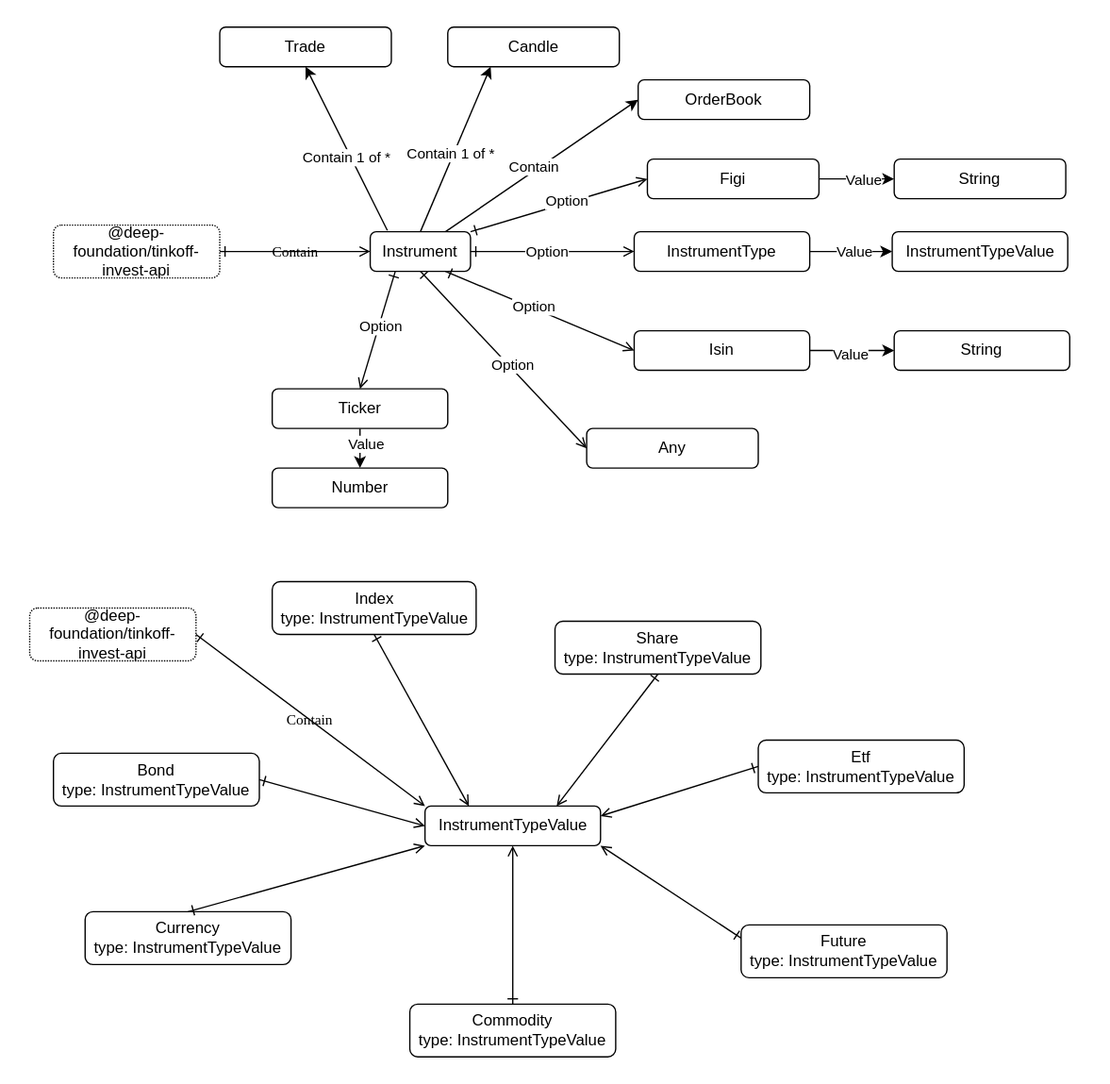
Earlier version of the draw.io export src/instrument/Instrument.drawio.svg (suenot/deep-tinkoff-invest-api). Source tidied: cells renumbered, new cells last; positions are measured from the earlier drawing's top-left corner, leaving out a move shared by most shapes.
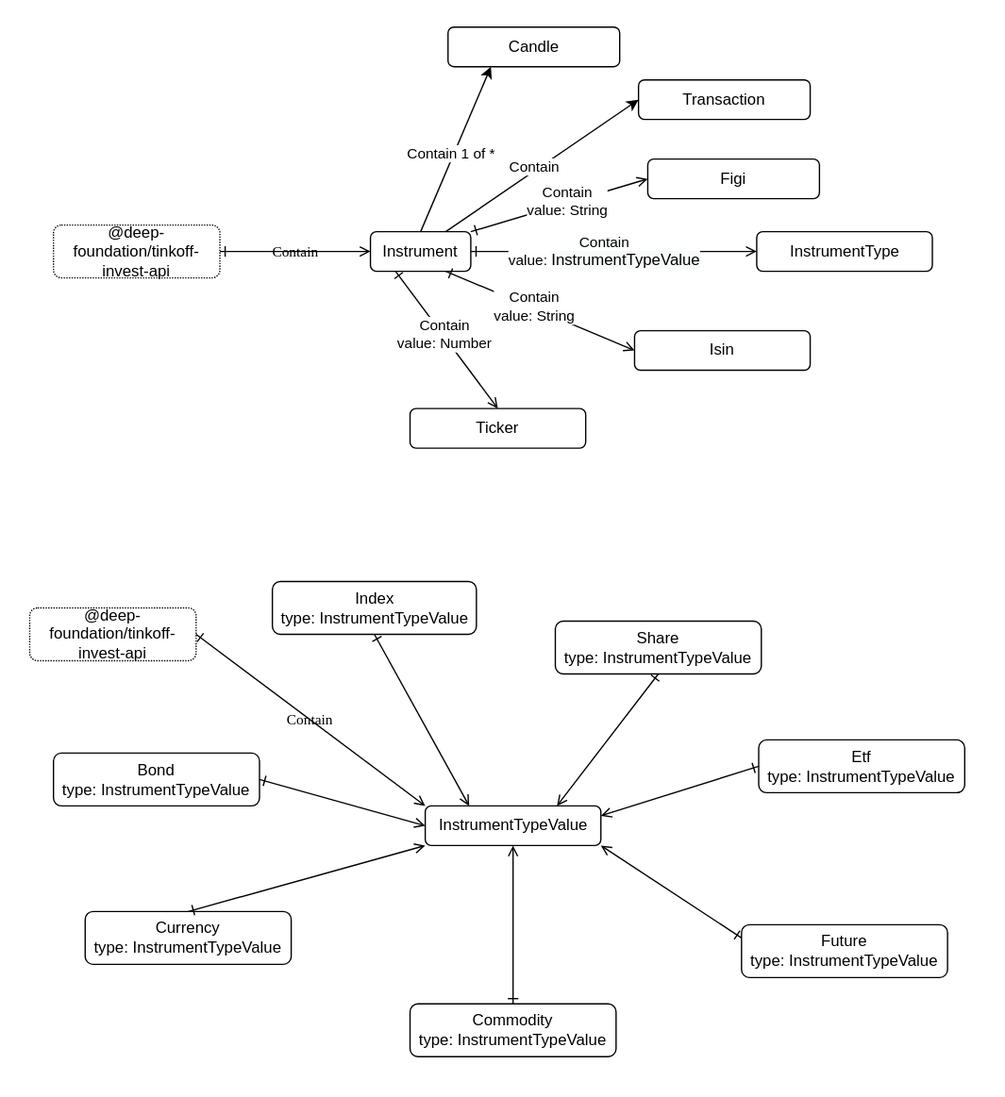
After the change.

The edit, as a diff of the source:
```diff
@@ -3,12 +3,12 @@
     <mxCell id="0" />
     <mxCell id="1" parent="0" />
     <mxCell id="2" style="rounded=0;whiteSpace=wrap;html=1;strokeColor=none;" parent="1" vertex="1">
-      <mxGeometry width="840" height="820" as="geometry" />
+      <mxGeometry width="760" height="830" as="geometry" />
     </mxCell>
     <mxCell id="3" style="edgeStyle=none;html=1;exitX=1;exitY=0;exitDx=0;exitDy=0;entryX=0;entryY=0.5;entryDx=0;entryDy=0;startArrow=ERone;startFill=0;endArrow=open;endFill=0;" parent="1" edge="1" source="7" target="10">
       <mxGeometry relative="1" as="geometry" />
     </mxCell>
-    <mxCell id="4" value="Option" style="edgeLabel;html=1;align=center;verticalAlign=middle;" parent="3" vertex="1">
+    <mxCell id="4" value="Contain&lt;br&gt;value: String" style="edgeLabel;html=1;align=center;verticalAlign=middle;" parent="3" vertex="1">
       <mxGeometry x="0.08" y="2" relative="1" as="geometry" />
     </mxCell>
     <mxCell id="5" style="edgeStyle=none;html=1;exitX=0.75;exitY=0;exitDx=0;exitDy=0;entryX=0;entryY=0.5;entryDx=0;entryDy=0;" parent="1" edge="1" source="7" target="48">
@@ -22,12 +22,6 @@
     <mxCell id="7" value="Instrument" style="rounded=1;whiteSpace=wrap;html=1;labelBackgroundColor=none;" parent="1" vertex="1">
       <mxGeometry x="280" y="175" width="76" height="30" as="geometry" />
     </mxCell>
-    <mxCell id="8" style="edgeStyle=none;html=1;exitX=1;exitY=0.5;exitDx=0;exitDy=0;entryX=0;entryY=0.5;entryDx=0;entryDy=0;" parent="1" edge="1" source="10" target="55">
-      <mxGeometry relative="1" as="geometry" />
-    </mxCell>
-    <mxCell id="9" value="Value" style="edgeLabel;html=1;align=center;verticalAlign=middle;" parent="8" vertex="1">
-      <mxGeometry x="0.16" relative="1" as="geometry" />
-    </mxCell>
     <mxCell id="10" value="Figi" style="rounded=1;whiteSpace=wrap;html=1;labelBackgroundColor=none;" parent="1" vertex="1">
       <mxGeometry x="490" y="120" width="130" height="30" as="geometry" />
     </mxCell>
@@ -67,46 +61,28 @@
     <mxCell id="22" style="edgeStyle=none;html=1;exitX=1;exitY=0.5;exitDx=0;exitDy=0;startArrow=ERone;startFill=0;entryX=0;entryY=0.5;entryDx=0;entryDy=0;endArrow=open;endFill=0;" parent="1" edge="1" source="7" target="26">
       <mxGeometry relative="1" as="geometry" />
     </mxCell>
-    <mxCell id="23" value="Option" style="edgeLabel;html=1;align=center;verticalAlign=middle;" parent="22" vertex="1">
+    <mxCell id="23" value="Contain&lt;br&gt;value:&amp;nbsp;&lt;span style=&quot;font-size: 12px ; background-color: rgb(248 , 249 , 250)&quot;&gt;InstrumentTypeValue&lt;/span&gt;" style="edgeLabel;html=1;align=center;verticalAlign=middle;" parent="22" vertex="1">
       <mxGeometry x="-0.07" y="1" relative="1" as="geometry" />
     </mxCell>
-    <mxCell id="24" style="edgeStyle=none;html=1;exitX=1;exitY=0.5;exitDx=0;exitDy=0;entryX=0;entryY=0.5;entryDx=0;entryDy=0;" parent="1" edge="1" source="26" target="57">
-      <mxGeometry relative="1" as="geometry" />
-    </mxCell>
-    <mxCell id="25" value="Value" style="edgeLabel;html=1;align=center;verticalAlign=middle;" parent="24" vertex="1">
-      <mxGeometry x="0.06" y="1" relative="1" as="geometry" />
-    </mxCell>
     <mxCell id="26" value="InstrumentType" style="rounded=1;whiteSpace=wrap;html=1;labelBackgroundColor=none;" parent="1" vertex="1">
-      <mxGeometry x="480" y="175" width="133" height="30" as="geometry" />
+      <mxGeometry x="572.5" y="175" width="133" height="30" as="geometry" />
     </mxCell>
-    <mxCell id="27" style="edgeStyle=none;html=1;exitX=0.5;exitY=1;exitDx=0;exitDy=0;entryX=0.5;entryY=0;entryDx=0;entryDy=0;" parent="1" edge="1" source="29" target="58">
-      <mxGeometry relative="1" as="geometry" />
-    </mxCell>
-    <mxCell id="28" value="Value" style="edgeLabel;html=1;align=center;verticalAlign=middle;" parent="27" vertex="1">
-      <mxGeometry x="-0.27" y="4" relative="1" as="geometry" />
-    </mxCell>
     <mxCell id="29" value="Ticker" style="rounded=1;whiteSpace=wrap;html=1;labelBackgroundColor=none;" parent="1" vertex="1">
-      <mxGeometry x="205.8" y="294" width="133" height="30" as="geometry" />
+      <mxGeometry x="310" y="309" width="133" height="30" as="geometry" />
     </mxCell>
     <mxCell id="30" style="edgeStyle=none;html=1;exitX=0.25;exitY=1;exitDx=0;exitDy=0;startArrow=ERone;startFill=0;entryX=0.5;entryY=0;entryDx=0;entryDy=0;endArrow=open;endFill=0;" parent="1" edge="1" source="7" target="29">
       <mxGeometry relative="1" as="geometry" />
     </mxCell>
-    <mxCell id="31" value="Option" style="edgeLabel;html=1;align=center;verticalAlign=middle;" parent="30" vertex="1">
+    <mxCell id="31" value="Contain&lt;br&gt;value: Number" style="edgeLabel;html=1;align=center;verticalAlign=middle;" parent="30" vertex="1">
       <mxGeometry x="-0.07" y="1" relative="1" as="geometry" />
     </mxCell>
-    <mxCell id="32" style="edgeStyle=none;html=1;exitX=1;exitY=0.5;exitDx=0;exitDy=0;entryX=0;entryY=0.5;entryDx=0;entryDy=0;" parent="1" edge="1" source="34" target="56">
-      <mxGeometry relative="1" as="geometry" />
-    </mxCell>
-    <mxCell id="33" value="Value" style="edgeLabel;html=1;align=center;verticalAlign=middle;" parent="32" vertex="1">
-      <mxGeometry x="-0.06" y="-2" relative="1" as="geometry" />
-    </mxCell>
     <mxCell id="34" value="Isin" style="rounded=1;whiteSpace=wrap;html=1;labelBackgroundColor=none;" parent="1" vertex="1">
       <mxGeometry x="480" y="250" width="133" height="30" as="geometry" />
     </mxCell>
     <mxCell id="35" style="edgeStyle=none;html=1;exitX=0.75;exitY=1;exitDx=0;exitDy=0;startArrow=ERone;startFill=0;entryX=0;entryY=0.5;entryDx=0;entryDy=0;endArrow=open;endFill=0;" parent="1" edge="1" source="7" target="34">
       <mxGeometry relative="1" as="geometry" />
     </mxCell>
-    <mxCell id="36" value="Option" style="edgeLabel;html=1;align=center;verticalAlign=middle;" parent="35" vertex="1">
+    <mxCell id="36" value="Contain&lt;br&gt;value: String" style="edgeLabel;html=1;align=center;verticalAlign=middle;" parent="35" vertex="1">
       <mxGeometry x="-0.07" y="1" relative="1" as="geometry" />
     </mxCell>
     <mxCell id="37" style="edgeStyle=none;html=1;entryX=0.5;entryY=1;entryDx=0;entryDy=0;startArrow=ERone;startFill=0;endArrow=open;endFill=0;exitX=0.5;exitY=0;exitDx=0;exitDy=0;strokeColor=#000000;" parent="1" edge="1" source="18" target="14">
@@ -127,22 +103,13 @@
     <mxCell id="42" style="edgeStyle=none;html=1;exitX=0.5;exitY=1;exitDx=0;exitDy=0;startArrow=ERone;startFill=0;endArrow=open;endFill=0;entryX=0.75;entryY=0;entryDx=0;entryDy=0;strokeColor=#000000;" parent="1" edge="1" source="15" target="14">
       <mxGeometry relative="1" as="geometry" />
     </mxCell>
-    <mxCell id="43" style="edgeStyle=none;html=1;exitX=0.5;exitY=1;exitDx=0;exitDy=0;startArrow=ERone;startFill=0;endArrow=open;endFill=0;entryX=0;entryY=0.5;entryDx=0;entryDy=0;" parent="1" edge="1" source="7" target="45">
-      <mxGeometry relative="1" as="geometry" />
-    </mxCell>
-    <mxCell id="44" value="Option" style="edgeLabel;html=1;align=center;verticalAlign=middle;" parent="43" vertex="1">
-      <mxGeometry x="0.08" y="2" relative="1" as="geometry" />
-    </mxCell>
-    <mxCell id="45" value="Any" style="rounded=1;whiteSpace=wrap;html=1;labelBackgroundColor=none;" parent="1" vertex="1">
-      <mxGeometry x="444" y="324" width="130" height="30" as="geometry" />
-    </mxCell>
     <mxCell id="46" value="@deep-foundation/tinkoff-invest-api" style="rounded=1;whiteSpace=wrap;html=1;labelBackgroundColor=none;dashed=1;dashPattern=1 1;" parent="1" vertex="1">
       <mxGeometry x="22" y="460" width="126" height="40" as="geometry" />
     </mxCell>
     <mxCell id="47" value="Contain" style="jettySize=auto;html=1;shadow=0;labelBackgroundColor=none;startArrow=ERone;startFill=0;endArrow=open;endFill=0;fontColor=#000000;fontFamily=Comic Sans MS;entryX=0;entryY=0;entryDx=0;entryDy=0;exitX=1;exitY=0.5;exitDx=0;exitDy=0;" parent="1" edge="1" source="46" target="14">
       <mxGeometry relative="1" as="geometry" />
     </mxCell>
-    <mxCell id="48" value="OrderBook" style="rounded=1;whiteSpace=wrap;html=1;labelBackgroundColor=none;" parent="1" vertex="1">
+    <mxCell id="48" value="Transaction" style="rounded=1;whiteSpace=wrap;html=1;labelBackgroundColor=none;" parent="1" vertex="1">
       <mxGeometry x="483" y="60" width="130" height="30" as="geometry" />
     </mxCell>
     <mxCell id="49" value="Candle" style="rounded=1;whiteSpace=wrap;html=1;labelBackgroundColor=none;" parent="1" vertex="1">
@@ -156,28 +123,5 @@
         <mxPoint x="1" as="offset" />
       </mxGeometry>
     </mxCell>
-    <mxCell id="52" value="Trade" style="rounded=1;whiteSpace=wrap;html=1;labelBackgroundColor=none;" parent="1" vertex="1">
-      <mxGeometry x="166" y="20" width="130" height="30" as="geometry" />
-    </mxCell>
-    <mxCell id="53" style="edgeStyle=none;html=1;exitX=0.171;exitY=-0.033;exitDx=0;exitDy=0;entryX=0.5;entryY=1;entryDx=0;entryDy=0;exitPerimeter=0;" parent="1" edge="1" source="7" target="52">
-      <mxGeometry relative="1" as="geometry" />
-    </mxCell>
-    <mxCell id="54" value="Contain 1 of *" style="edgeLabel;html=1;align=center;verticalAlign=middle;" parent="53" vertex="1">
-      <mxGeometry x="-0.08" y="4" relative="1" as="geometry">
-        <mxPoint x="1" as="offset" />
-      </mxGeometry>
-    </mxCell>
-    <mxCell id="55" value="String" style="rounded=1;whiteSpace=wrap;html=1;labelBackgroundColor=none;" parent="1" vertex="1">
-      <mxGeometry x="677" y="120" width="130" height="30" as="geometry" />
-    </mxCell>
-    <mxCell id="56" value="String" style="rounded=1;whiteSpace=wrap;html=1;labelBackgroundColor=none;" parent="1" vertex="1">
-      <mxGeometry x="677" y="250" width="133" height="30" as="geometry" />
-    </mxCell>
-    <mxCell id="57" value="InstrumentTypeValue" style="rounded=1;whiteSpace=wrap;html=1;labelBackgroundColor=none;" parent="1" vertex="1">
-      <mxGeometry x="675.5" y="175" width="133" height="30" as="geometry" />
-    </mxCell>
-    <mxCell id="58" value="Number" style="rounded=1;whiteSpace=wrap;html=1;labelBackgroundColor=none;" parent="1" vertex="1">
-      <mxGeometry x="205.8" y="354" width="133" height="30" as="geometry" />
-    </mxCell>
   </root>
 </mxGraphModel>
```
